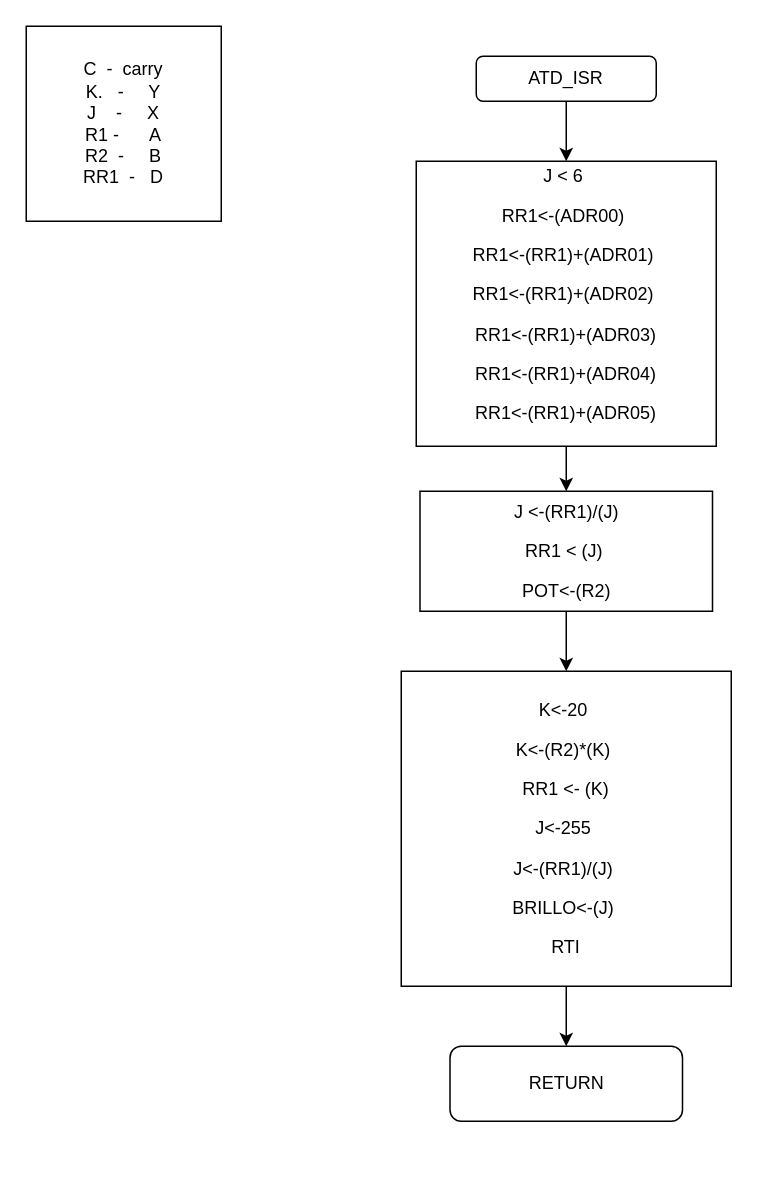
Earlier version of the draw.io diagram 8_runmeter623/diagrams/0-atd_isr.drawio (brown9804/Dragon12_MC9S12DP256). Source tidied: cells renumbered, new cells numbered last; positions are measured from the earlier drawing's top-left corner, leaving out a move shared by most shapes. Both pictures are drawn from the tidied source at 150%, with x=0, y=0 at pixel (26, 26).
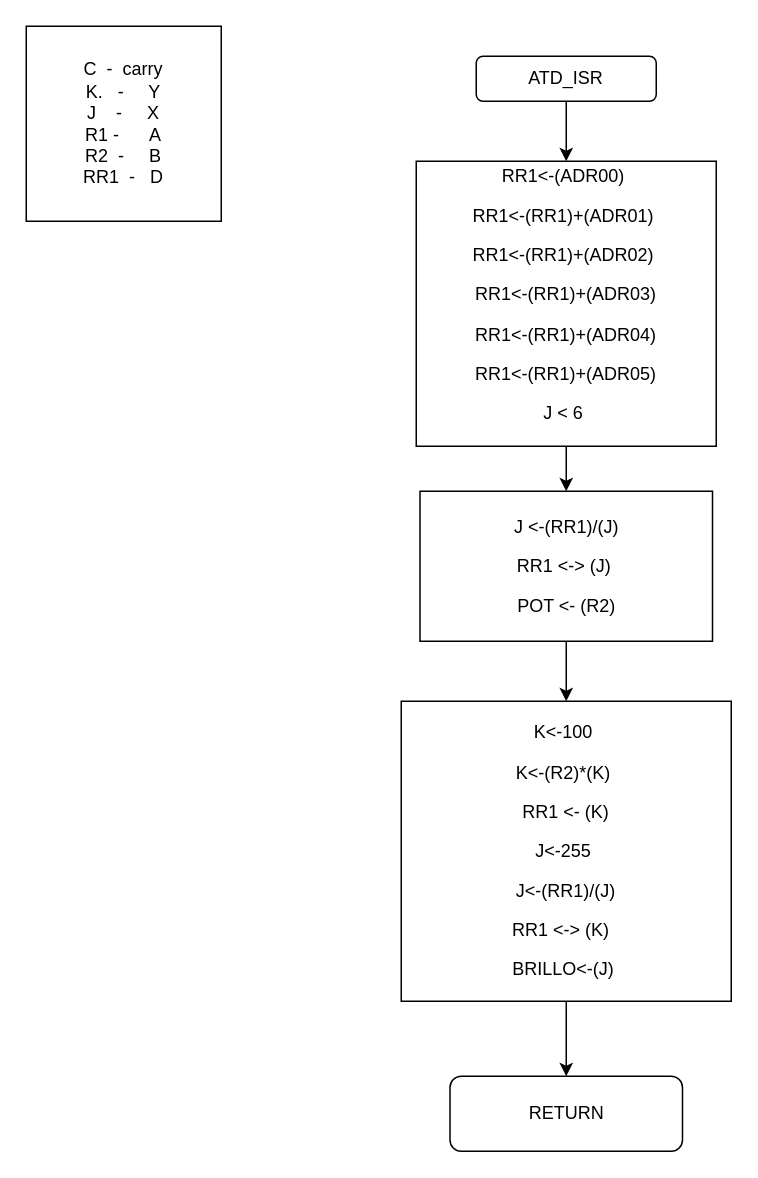
The same page after the edit.

Commit message:
review due some fixes

What changed in the source:
```diff
@@
 <mxGraphModel>
   <root>
     <mxCell id="0" />
     <mxCell id="1" parent="0" />
     <mxCell id="2" style="edgeStyle=orthogonalEdgeStyle;rounded=0;jettySize=auto;html=1;exitX=0.5;exitY=1;exitDx=0;exitDy=0;entryX=0.5;entryY=0;entryDx=0;entryDy=0;" parent="1" edge="1" source="3" target="5">
       <mxGeometry relative="1" as="geometry" />
     </mxCell>
     <mxCell id="3" value="ATD_ISR" style="rounded=1;whiteSpace=wrap;html=1;" parent="1" vertex="1">
       <mxGeometry x="300" y="20" width="120" height="30" as="geometry" />
     </mxCell>
     <mxCell id="4" style="edgeStyle=orthogonalEdgeStyle;rounded=0;jettySize=auto;html=1;exitX=0.5;exitY=1;exitDx=0;exitDy=0;" parent="1" edge="1" source="5" target="7">
       <mxGeometry relative="1" as="geometry" />
     </mxCell>
-    <mxCell id="5" value="J &amp;lt; 6&amp;nbsp;&lt;br&gt;&lt;div class=&quot;page&quot; title=&quot;Page 17&quot;&gt;&lt;div class=&quot;section&quot; style=&quot;background-color: rgb(255 , 255 , 255)&quot;&gt;&lt;div class=&quot;layoutArea&quot;&gt;&lt;div class=&quot;column&quot;&gt;&lt;p&gt;&lt;span style=&quot;font-size: 9pt&quot;&gt;RR1&amp;lt;-(ADR00)&amp;nbsp;&lt;/span&gt;&lt;/p&gt;&lt;p&gt;&lt;span style=&quot;font-size: 9pt&quot;&gt;RR1&amp;lt;-(RR1)+(ADR01)&amp;nbsp;&lt;/span&gt;&lt;/p&gt;&lt;p&gt;&lt;span style=&quot;font-size: 9pt&quot;&gt;RR1&amp;lt;-(RR1)+(ADR02)&amp;nbsp;&lt;/span&gt;&lt;/p&gt;&lt;p&gt;&lt;span style=&quot;font-size: 9pt&quot;&gt;RR1&amp;lt;-(RR1)+(ADR03)&lt;/span&gt;&lt;/p&gt;&lt;p&gt;&lt;span style=&quot;font-size: 9pt&quot;&gt;&amp;nbsp;RR1&amp;lt;-(RR1)+(ADR04)&amp;nbsp;&lt;/span&gt;&lt;/p&gt;&lt;p&gt;&lt;span style=&quot;font-size: 9pt&quot;&gt;RR1&amp;lt;-(RR1)+(ADR05)&lt;/span&gt;&lt;/p&gt;&lt;/div&gt;&lt;/div&gt;&lt;/div&gt;&lt;/div&gt;" style="rounded=0;whiteSpace=wrap;html=1;" parent="1" vertex="1">
+    <mxCell id="5" value="&lt;span style=&quot;font-size: 9pt ; background-color: rgb(255 , 255 , 255)&quot;&gt;RR1&amp;lt;-(ADR00)&amp;nbsp;&lt;/span&gt;&lt;br&gt;&lt;div class=&quot;page&quot; title=&quot;Page 17&quot;&gt;&lt;div class=&quot;section&quot; style=&quot;background-color: rgb(255 , 255 , 255)&quot;&gt;&lt;div class=&quot;layoutArea&quot;&gt;&lt;div class=&quot;column&quot;&gt;&lt;p&gt;&lt;span style=&quot;font-size: 9pt&quot;&gt;RR1&amp;lt;-(RR1)+(ADR01)&amp;nbsp;&lt;/span&gt;&lt;/p&gt;&lt;p&gt;&lt;span style=&quot;font-size: 9pt&quot;&gt;RR1&amp;lt;-(RR1)+(ADR02)&amp;nbsp;&lt;/span&gt;&lt;/p&gt;&lt;p&gt;&lt;span style=&quot;font-size: 9pt&quot;&gt;RR1&amp;lt;-(RR1)+(ADR03)&lt;/span&gt;&lt;/p&gt;&lt;p&gt;&lt;span style=&quot;font-size: 9pt&quot;&gt;&amp;nbsp;RR1&amp;lt;-(RR1)+(ADR04)&amp;nbsp;&lt;/span&gt;&lt;/p&gt;&lt;p&gt;&lt;span style=&quot;font-size: 9pt&quot;&gt;RR1&amp;lt;-(RR1)+(ADR05)&lt;/span&gt;&lt;/p&gt;&lt;p&gt;J &amp;lt; 6&amp;nbsp;&lt;/p&gt;&lt;div class=&quot;page&quot; title=&quot;Page 17&quot;&gt;&lt;div class=&quot;section&quot;&gt;&lt;div class=&quot;layoutArea&quot;&gt;&lt;div class=&quot;column&quot;&gt;&lt;p&gt;&lt;/p&gt;&lt;/div&gt;&lt;/div&gt;&lt;/div&gt;&lt;/div&gt;&lt;/div&gt;&lt;/div&gt;&lt;/div&gt;&lt;/div&gt;" style="rounded=0;whiteSpace=wrap;html=1;" parent="1" vertex="1">
       <mxGeometry x="260" y="90" width="200" height="190" as="geometry" />
     </mxCell>
     <mxCell id="6" style="edgeStyle=orthogonalEdgeStyle;rounded=0;jettySize=auto;html=1;exitX=0.5;exitY=1;exitDx=0;exitDy=0;" parent="1" edge="1" source="7" target="9">
       <mxGeometry relative="1" as="geometry" />
     </mxCell>
-    <mxCell id="7" value="&lt;div class=&quot;page&quot; title=&quot;Page 17&quot;&gt;&lt;div class=&quot;section&quot; style=&quot;background-color: rgb(255 , 255 , 255)&quot;&gt;&lt;div class=&quot;layoutArea&quot;&gt;&lt;div class=&quot;column&quot;&gt;&lt;p&gt;&lt;span style=&quot;font-size: 9pt&quot;&gt;J &amp;lt;-(RR1)/(J)&lt;/span&gt;&lt;/p&gt;&lt;p&gt;&lt;span style=&quot;font-size: 9pt&quot;&gt;RR1 &amp;lt; (J)&amp;nbsp;&lt;/span&gt;&lt;/p&gt;&lt;p&gt;&lt;span style=&quot;font-size: 9pt&quot;&gt;POT&amp;lt;-(R2)&lt;/span&gt;&lt;/p&gt;&lt;/div&gt;&lt;/div&gt;&lt;/div&gt;&lt;/div&gt;" style="rounded=0;whiteSpace=wrap;html=1;" parent="1" vertex="1">
-      <mxGeometry x="262.5" y="310" width="195" height="80" as="geometry" />
+    <mxCell id="7" value="&lt;div class=&quot;page&quot; title=&quot;Page 17&quot;&gt;&lt;div class=&quot;section&quot; style=&quot;background-color: rgb(255 , 255 , 255)&quot;&gt;&lt;div class=&quot;layoutArea&quot;&gt;&lt;div class=&quot;column&quot;&gt;&lt;p&gt;&lt;span style=&quot;font-size: 9pt&quot;&gt;J &amp;lt;-(RR1)/(J)&lt;/span&gt;&lt;/p&gt;&lt;p&gt;&lt;span style=&quot;font-size: 9pt&quot;&gt;RR1 &amp;lt;-&amp;gt; (J)&amp;nbsp;&lt;/span&gt;&lt;/p&gt;&lt;p&gt;&lt;span style=&quot;font-size: 9pt&quot;&gt;POT &amp;lt;- (R2)&lt;/span&gt;&lt;/p&gt;&lt;/div&gt;&lt;/div&gt;&lt;/div&gt;&lt;/div&gt;" style="rounded=0;whiteSpace=wrap;html=1;" parent="1" vertex="1">
+      <mxGeometry x="262.5" y="310" width="195" height="100" as="geometry" />
     </mxCell>
     <mxCell id="8" style="edgeStyle=orthogonalEdgeStyle;rounded=0;jettySize=auto;html=1;exitX=0.5;exitY=1;exitDx=0;exitDy=0;" parent="1" edge="1" source="9" target="10">
       <mxGeometry relative="1" as="geometry" />
     </mxCell>
-    <mxCell id="9" value="&lt;div class=&quot;page&quot; title=&quot;Page 17&quot;&gt;&lt;div class=&quot;section&quot; style=&quot;background-color: rgb(255 , 255 , 255)&quot;&gt;&lt;div class=&quot;layoutArea&quot;&gt;&lt;div class=&quot;column&quot;&gt;&lt;p&gt;&lt;span style=&quot;font-size: 9pt&quot;&gt;K&amp;lt;-20&amp;nbsp;&lt;/span&gt;&lt;/p&gt;&lt;p&gt;&lt;span style=&quot;font-size: 9pt&quot;&gt;K&amp;lt;-(R2)*(K)&amp;nbsp;&lt;/span&gt;&lt;/p&gt;&lt;p&gt;&lt;span style=&quot;font-size: 9pt&quot;&gt;RR1 &amp;lt;- (K)&lt;/span&gt;&lt;/p&gt;&lt;p&gt;&lt;span style=&quot;font-size: 9pt&quot;&gt;J&amp;lt;-255&amp;nbsp;&lt;/span&gt;&lt;/p&gt;&lt;p&gt;&lt;span style=&quot;font-size: 9pt&quot;&gt;J&amp;lt;-(RR1)/(J)&amp;nbsp;&lt;/span&gt;&lt;/p&gt;&lt;p&gt;&lt;span style=&quot;font-size: 9pt&quot;&gt;BRILLO&amp;lt;-(J)&amp;nbsp;&lt;/span&gt;&lt;/p&gt;&lt;p&gt;RTI&lt;/p&gt;&lt;/div&gt;&lt;/div&gt;&lt;/div&gt;&lt;/div&gt;" style="rounded=0;whiteSpace=wrap;html=1;" parent="1" vertex="1">
-      <mxGeometry x="250" y="430" width="220" height="210" as="geometry" />
+    <mxCell id="9" value="&lt;div class=&quot;page&quot; title=&quot;Page 17&quot;&gt;&lt;div class=&quot;section&quot; style=&quot;background-color: rgb(255 , 255 , 255)&quot;&gt;&lt;div class=&quot;layoutArea&quot;&gt;&lt;div class=&quot;column&quot;&gt;&lt;p&gt;&lt;span style=&quot;font-size: 9pt&quot;&gt;K&amp;lt;-100&amp;nbsp;&lt;/span&gt;&lt;/p&gt;&lt;p&gt;&lt;span style=&quot;font-size: 9pt&quot;&gt;K&amp;lt;-(R2)*(K)&amp;nbsp;&lt;/span&gt;&lt;/p&gt;&lt;p&gt;&lt;span style=&quot;font-size: 9pt&quot;&gt;RR1 &amp;lt;- (K)&lt;/span&gt;&lt;/p&gt;&lt;p&gt;&lt;span style=&quot;font-size: 9pt&quot;&gt;J&amp;lt;-255&amp;nbsp;&lt;/span&gt;&lt;/p&gt;&lt;p&gt;&lt;span style=&quot;font-size: 9pt&quot;&gt;J&amp;lt;-(RR1)/(J)&lt;/span&gt;&lt;/p&gt;&lt;p&gt;&lt;span style=&quot;font-size: 9pt&quot;&gt;RR1 &amp;lt;-&amp;gt; (K)&amp;nbsp;&lt;/span&gt;&lt;span style=&quot;font-size: 9pt&quot;&gt;&amp;nbsp;&lt;/span&gt;&lt;/p&gt;&lt;p&gt;&lt;span style=&quot;font-size: 9pt&quot;&gt;BRILLO&amp;lt;-(J)&amp;nbsp;&lt;/span&gt;&lt;/p&gt;&lt;/div&gt;&lt;/div&gt;&lt;/div&gt;&lt;/div&gt;" style="rounded=0;whiteSpace=wrap;html=1;" parent="1" vertex="1">
+      <mxGeometry x="250" y="450" width="220" height="200" as="geometry" />
     </mxCell>
     <mxCell id="10" value="RETURN" style="rounded=1;whiteSpace=wrap;html=1;" parent="1" vertex="1">
-      <mxGeometry x="282.5" y="680" width="155" height="50" as="geometry" />
+      <mxGeometry x="282.5" y="700" width="155" height="50" as="geometry" />
     </mxCell>
     <mxCell id="11" value="C &amp;nbsp;- &amp;nbsp;carry&lt;br&gt;K. &amp;nbsp; - &amp;nbsp; &amp;nbsp; Y&lt;br&gt;J &amp;nbsp; &amp;nbsp;- &amp;nbsp; &amp;nbsp; X&lt;br&gt;R1 - &amp;nbsp; &amp;nbsp; &amp;nbsp;A&lt;br&gt;R2 &amp;nbsp;- &amp;nbsp; &amp;nbsp; B&lt;br&gt;RR1 &amp;nbsp;- &amp;nbsp; D" style="whiteSpace=wrap;html=1;" parent="1" vertex="1">
       <mxGeometry width="130" height="130" as="geometry" />
     </mxCell>
   </root>
 </mxGraphModel>
```
